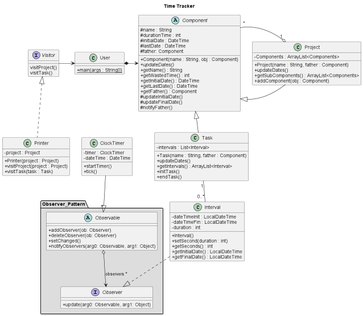
The PlantUML diagram diagram/classDiagram.png in joaquimcodina/TimeTracker, before a commit.
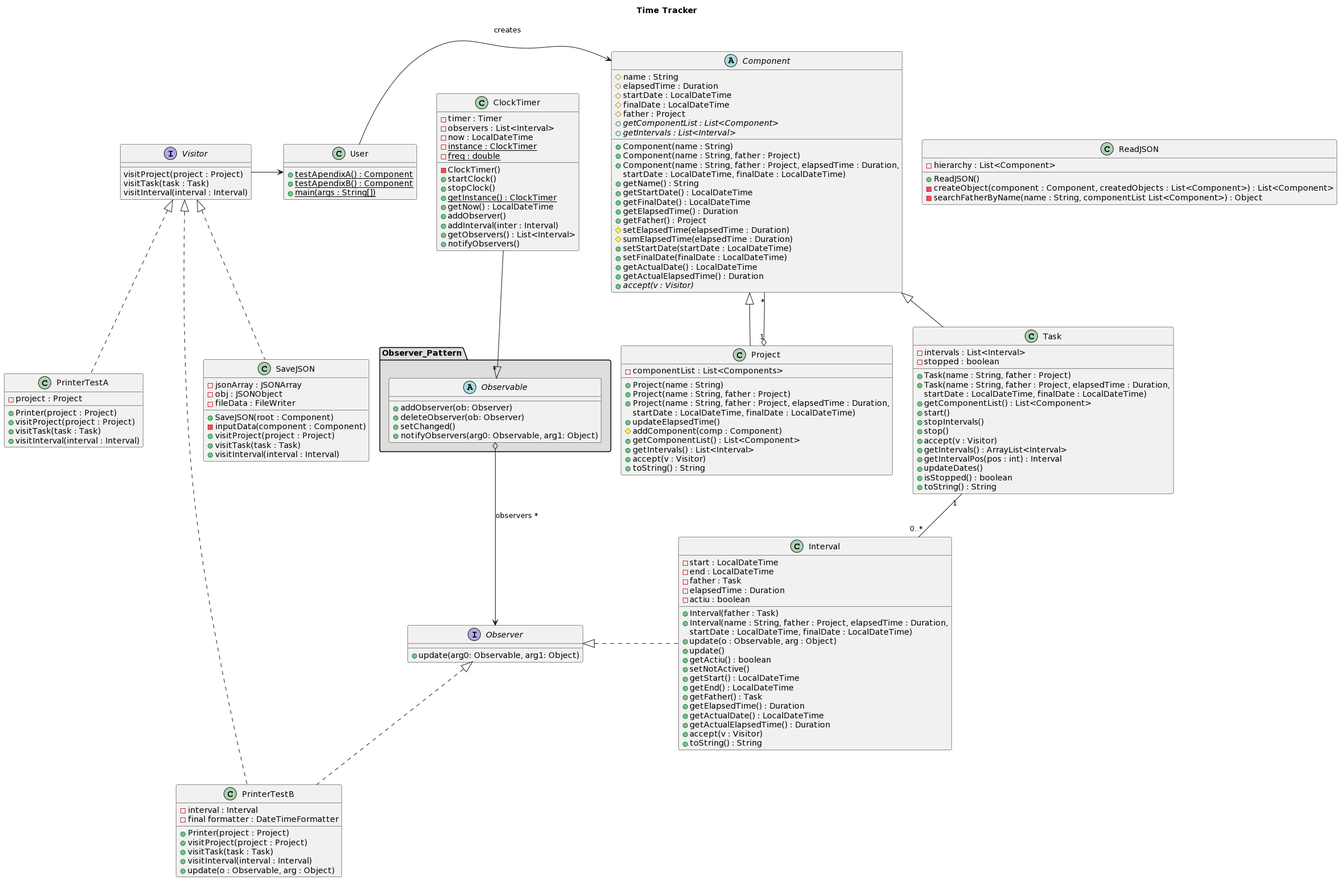
After the commit.

The edit, as a diff of the source:
```diff
@@ -1,39 +1,79 @@
 @startuml
-skinparam classAttributeIconSize 0
+skinparam classAttributeIconSize 12
 
 title "Time Tracker"
 
 class User{
++{static} testApendixA() : Component
++{static} testApendixB() : Component
 +{static} main(args : String[])
 }
 
 interface Visitor {
-visitProject()
-visitTask()
+visitProject(project : Project)
+visitTask(task : Task)
+visitInterval(interval : Interval)
 }
 
-class Printer implements Visitor{
+class PrinterTestA implements Visitor{
 - project : Project
 + Printer(project : Project)
 + visitProject(project : Project)
 + visitTask(task : Task)
++ visitInterval(interval : Interval)
+}
+
+class PrinterTestB implements Visitor, Observer{
+- interval : Interval
+- final formatter : DateTimeFormatter
++ Printer(project : Project)
++ visitProject(project : Project)
++ visitTask(task : Task)
++ visitInterval(interval : Interval)
++ update(o : Observable, arg : Object)
+}
+
+class SaveJSON implements Visitor{
+- jsonArray : JSONArray
+- obj : JSONObject
+- fileData : FileWriter
++ SaveJSON(root : Component)
+- inputData(component : Component)
++ visitProject(project : Project)
++ visitTask(task : Task)
++ visitInterval(interval : Interval)
 }
 
 class Task extends Component{
 - intervals : List<Interval>
-+ Task(name : String, father : Component)
+- stopped : boolean
++ Task(name : String, father : Project)
++ Task(name : String, father : Project, elapsedTime : Duration,
+        startDate : LocalDateTime, finalDate : LocalDateTime)
++ getComponentList() : List<Component>
++ start()
++ stopIntervals()
++ stop()
++ accept(v : Visitor)
++ getIntervals() : ArrayList<Interval>
++ getIntervalPos(pos : int) : Interval
 + updateDates()
-+ getIntervals() : ArrayList<Interval>
-+ initTask()
-+ endTask()
++ isStopped() : boolean
++ toString() : String
 }
 
 class Project extends Component {
-- Components : ArrayList<Components>
-+ Project(name : String, father : Component)
-+ updateDates()
-+ getSubComponents() : ArrayList<Components>
-+ addComponent(obj : Component)
+- componentList : List<Components>
++ Project(name : String)
++ Project(name : String, father : Project)
++ Project(name : String, father : Project, elapsedTime : Duration,
+        startDate : LocalDateTime, finalDate : LocalDateTime)
++ updateElapsedTime()
+# addComponent(comp : Component)
++ getComponentList() : List<Component>
++ getIntervals() : List<Interval>
++ accept(v : Visitor)
++ toString() : String
 }
 
 package "Observer_Pattern" #DDDDDD{
@@ -41,8 +81,8 @@
 }
 
 abstract class Observable{
-+ addObserver(ob: Observer)
-+ deleteObserver(ob: Observer)
++addObserver(ob: Observer)
++deleteObserver(ob: Observer)
 +setChanged()
 +notifyObservers(arg0: Observable, arg1: Object)
 }
@@ -52,50 +92,82 @@
 }
 
 class ClockTimer{
-- timer : ClockTimer
-- dateTime : DateTime
-+ startTimer()
-+ tick()
+- timer : Timer
+- observers : List<Interval>
+- now : LocalDateTime
+- {static} instance : ClockTimer
+- {static} freq : double
+- ClockTimer()
++ startClock()
++ stopClock()
++ {static} getInstance() : ClockTimer
++ getNow() : LocalDateTime
++ addObserver()
++ addInterval(inter : Interval)
++ getObservers() : List<Interval>
++ notifyObservers()
 }
 
 abstract class Component{
 # name : String
-# durationTime : int
-# initialDate : DateTime
-# lastDate : DateTime
-# father: Component
-+ Component(name : String, obj : Component)
-+ {abstract} updateDates()
+# elapsedTime : Duration
+# startDate : LocalDateTime
+# finalDate : LocalDateTime
+# father : Project
++ Component(name : String)
++ Component(name : String, father : Project)
++ Component(name : String, father : Project, elapsedTime : Duration,
+        startDate : LocalDateTime, finalDate : LocalDateTime)
++ {abstract} getComponentList : List<Component>
++ {abstract} getIntervals : List<Interval>
 + getName() : String
-+ getWastedTime() : int
-+ getInitialDate() : DateTime
-+ getLastDate() : DateTime
-+ getFather() : Component
-# updateInitialDate()
-# updateFinalDate()
-# notifyFather()
++ getStartDate() : LocalDateTime
++ getFinalDate() : LocalDateTime
++ getElapsedTime() : Duration
++ getFather() : Project
+# setElapsedTime(elapsedTime : Duration)
+# sumElapsedTime(elapsedTime : Duration)
++ setStartDate(startDate : LocalDateTime)
++ setFinalDate(finalDate : LocalDateTime)
++ getActualDate() : LocalDateTime
++ getActualElapsedTime() : Duration
++ {abstract} accept(v : Visitor)
 }
 
 class Interval {
-- dateTimeInit : LocalDateTime
-- dateTimeFin : LocalDateTime
-- duration : int
-+ Interval()
-+ setSecond(duration : int)
-+ getSeconds() : int
-+ getInitialDate() : LocalDateTime
-+ getFinalDate() : LocalDateTime
+- start : LocalDateTime
+- end : LocalDateTime
+- father : Task
+- elapsedTime : Duration
+- actiu : boolean
++ Interval(father : Task)
++ Interval(name : String, father : Project, elapsedTime : Duration,
+        startDate : LocalDateTime, finalDate : LocalDateTime)
++ update(o : Observable, arg : Object)
++ update()
++ getActiu() : boolean
++ setNotActive()
++ getStart() : LocalDateTime
++ getEnd() : LocalDateTime
++ getFather() : Task
++ getElapsedTime() : Duration
++ getActualDate() : LocalDateTime
++ getActualElapsedTime() : Duration
++ accept(v : Visitor)
++ toString() : String
 }
 
+class ReadJSON {
+- hierarchy : List<Component>
++ ReadJSON()
+- createObject(component : Component, createdObjects : List<Component>) : List<Component>
+- searchFatherByName(name : String, componentList List<Component>) : Object
+}
 
-
-
-User *-right-> Component
-Project "1" o- "*" Component
+User -right-> Component : creates
+Project "1" o-- "*" Component
 Visitor -right-> User
 Task "1"--"0..*" Interval
-Interval ..|> Observer
+Interval .left.|> Observer
 ClockTimer --|> "*" Observable
-
-
 @enduml
```
